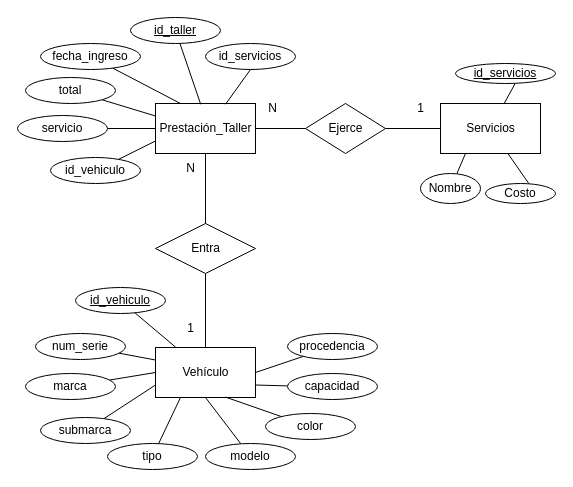
DavidTrevinoG/wp-2024 keeps this draw.io diagram as php/p2-universidad/diagrama.drawio. Above is the earlier version. Source tidied: cells renumbered, new cells numbered last; positions are measured from the earlier drawing's top-left corner, leaving out a move shared by most shapes. Both pictures are drawn from the tidied source at 100%, with x=0, y=0 at pixel (17, 17).
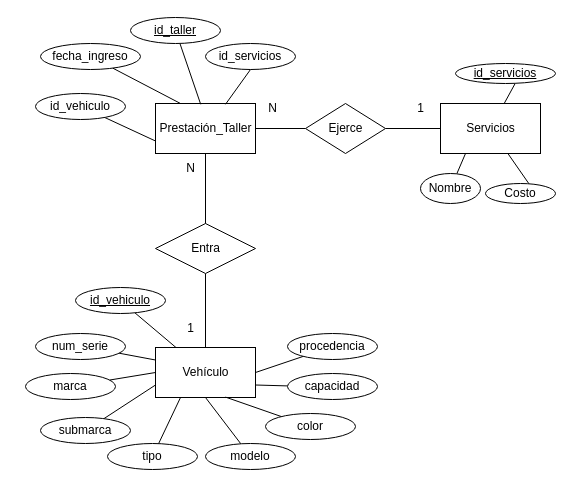
After the change.

Commit message (it also covers changes not shown here):
Agregar Diagrama

The change refers to these unchanged cells:
```xml
<mxCell id="8" value="Prestación_Taller" style="html=1;dashed=0;whitespace=wrap;" parent="1" vertex="1">
  <mxGeometry x="138" y="86" width="100" height="50" as="geometry" />
</mxCell>
```

What changed in the source:
```diff
@@
-    <mxCell id="43" style="edgeStyle=none;html=1;entryX=0;entryY=0.5;entryDx=0;entryDy=0;endArrow=none;endFill=0;" parent="1" edge="1" source="44" target="8">
-      <mxGeometry relative="1" as="geometry" />
-    </mxCell>
-    <mxCell id="44" value="servicio" style="ellipse;whiteSpace=wrap;html=1;" parent="1" vertex="1">
-      <mxGeometry y="98" width="90" height="26" as="geometry" />
-    </mxCell>
-    <mxCell id="45" style="edgeStyle=none;html=1;entryX=0;entryY=0.25;entryDx=0;entryDy=0;endArrow=none;endFill=0;" parent="1" edge="1" source="46" target="8">
-      <mxGeometry relative="1" as="geometry" />
-    </mxCell>
-    <mxCell id="46" value="total" style="ellipse;whiteSpace=wrap;html=1;" parent="1" vertex="1">
-      <mxGeometry x="8" y="60" width="90" height="26" as="geometry" />
-    </mxCell>
@@
     <mxCell id="50" value="id_vehiculo" style="ellipse;whiteSpace=wrap;html=1;" parent="1" vertex="1">
-      <mxGeometry x="33" y="140" width="90" height="26" as="geometry" />
+      <mxGeometry x="18" y="76" width="90" height="26" as="geometry" />
     </mxCell>
```
